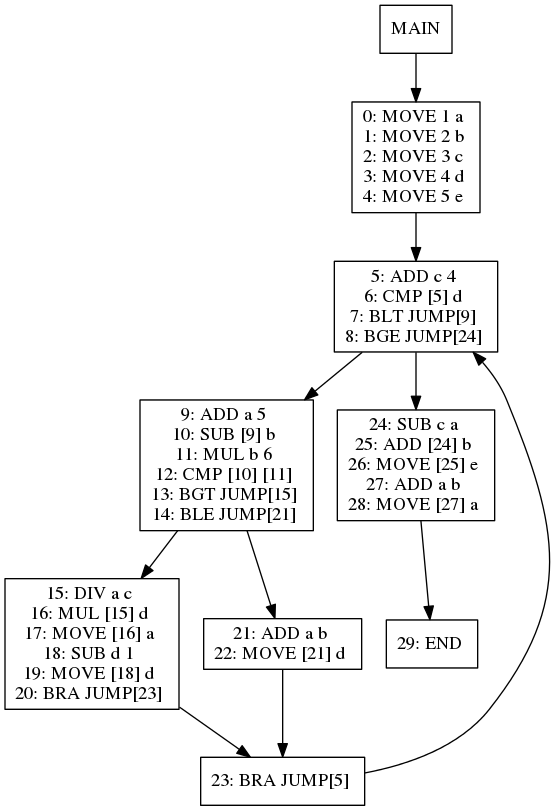
This is viz/test023.dot.png from jiahanwang/PL241-Compiler, a Graphviz export, as it was before one commit. Its source is kept beside it as viz/test023.dot.
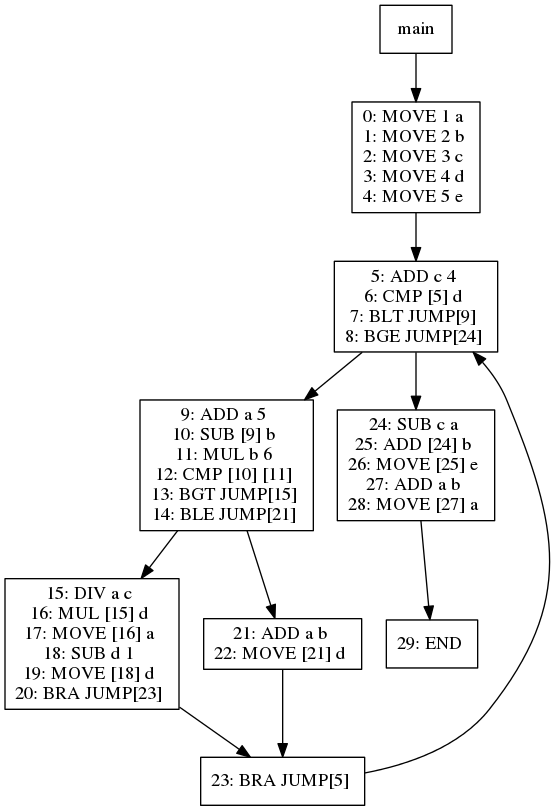
Later version of the same file.

What changed in the source:
```diff
@@ -1,52 +1,52 @@
 digraph test023 {
 node [shape=box]
-1[label="MAIN"]
-1 -> 3
-3[label="0: MOVE 1 a
+405[label="main"]
+405 -> 407
+407[label="0: MOVE 1 a
 1: MOVE 2 b
 2: MOVE 3 c
 3: MOVE 4 d
 4: MOVE 5 e
 "]
-3 -> 8
-8[label="5: ADD c 4
+407 -> 412
+412[label="5: ADD c 4
 6: CMP [5] d
 7: BLT JUMP[9]
 8: BGE JUMP[24]
 "]
-8 -> 10
-10[label="9: ADD a 5
+412 -> 414
+414[label="9: ADD a 5
 10: SUB [9] b
 11: MUL b 6
 12: CMP [10] [11]
 13: BGT JUMP[15]
 14: BLE JUMP[21]
 "]
-10 -> 12
-12[label="15: DIV a c
+414 -> 416
+416[label="15: DIV a c
 16: MUL [15] d
 17: MOVE [16] a
 18: SUB d 1
 19: MOVE [18] d
 20: BRA JUMP[23]
 "]
-12 -> 11
-11[label="23: BRA JUMP[5]
+416 -> 415
+415[label="23: BRA JUMP[5]
 "]
-11 -> 8
-10 -> 14
-14[label="21: ADD a b
+415 -> 412
+414 -> 418
+418[label="21: ADD a b
 22: MOVE [21] d
 "]
-14 -> 11
-8 -> 9
-9[label="24: SUB c a
+418 -> 415
+412 -> 413
+413[label="24: SUB c a
 25: ADD [24] b
 26: MOVE [25] e
 27: ADD a b
 28: MOVE [27] a
 "]
-9 -> 17
-17[label="29: END
+413 -> 421
+421[label="29: END
 "]
 }
```
